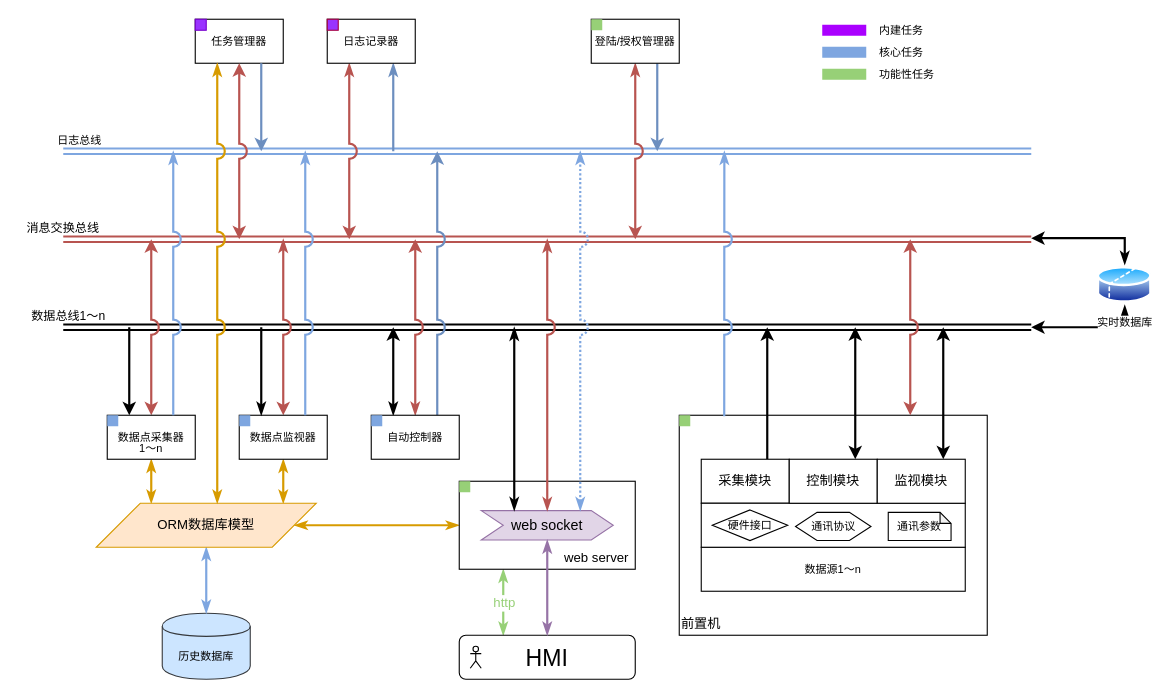
Before: page "SCADA总览" (2 of 5) of 未命名绘图.drawio in bedreamer/draw.io, a draw.io diagram. Source tidied: cells renumbered, new cells numbered last; positions are measured from the earlier drawing's top-left corner, leaving out a move shared by most shapes. Both pictures are drawn from the tidied source at 110%, with x=0, y=0 at pixel (19, 19).
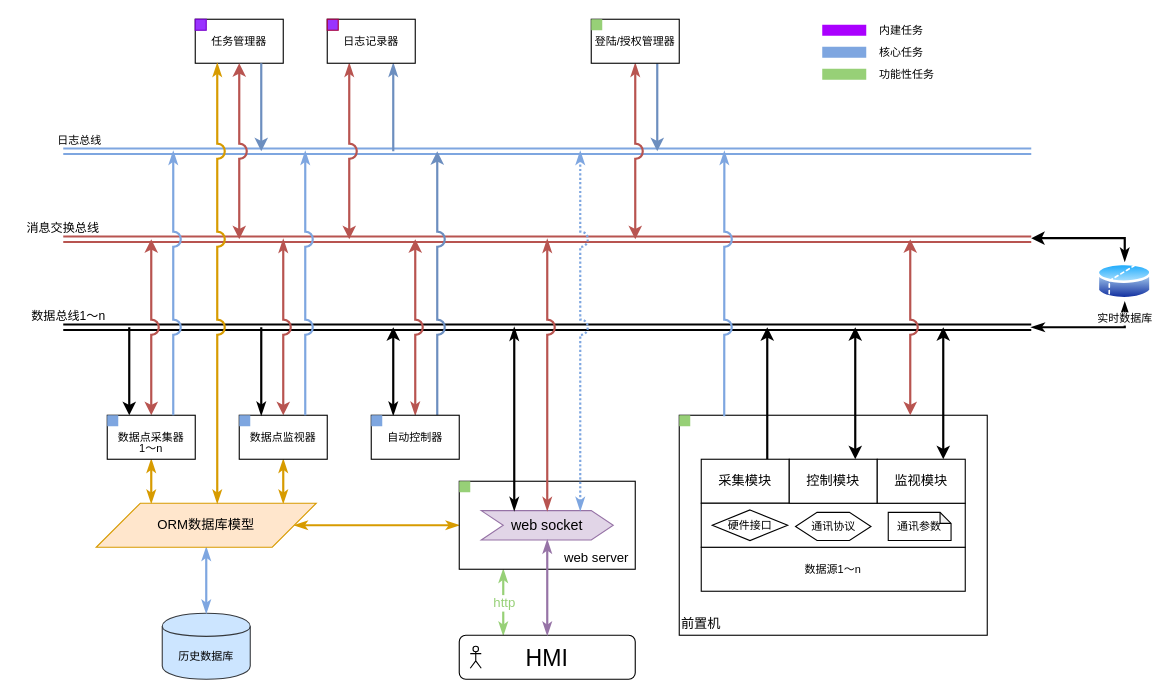
The same diagram, later.

Diff of the diagram source:
```diff
@@
-    <mxCell id="79" style="edgeStyle=orthogonalEdgeStyle;rounded=0;jumpStyle=arc;jumpSize=12;jettySize=auto;html=1;exitX=0.5;exitY=1;exitDx=0;exitDy=0;startArrow=classicThin;startFill=1;strokeWidth=2;fontSize=10;" parent="1" edge="1" source="81">
+    <mxCell id="79" style="edgeStyle=orthogonalEdgeStyle;rounded=0;jumpStyle=arc;jumpSize=12;jettySize=auto;html=1;exitX=0.5;exitY=1;exitDx=0;exitDy=0;startArrow=openThin;startFill=0;strokeWidth=2;fontSize=10;endArrow=classicThin;endFill=1;" parent="1" edge="1" source="81">
       <mxGeometry relative="1" as="geometry">
         <mxPoint x="920" y="280" as="targetPoint" />
         <Array as="points">
           <mxPoint x="1005" y="280" />
         </Array>
       </mxGeometry>
     </mxCell>
@@
     <mxCell id="81" value="实时数据库" style="perimeter=ellipsePerimeter;html=1;align=center;shadow=0;dashed=0;spacingTop=3;image;image=img/lib/active_directory/database_partition_2.svg;strokeColor=#000000;fontSize=10;" parent="1" vertex="1">
-      <mxGeometry x="980" y="223" width="50" height="37" as="geometry" />
+      <mxGeometry x="980" y="220" width="50" height="37" as="geometry" />
     </mxCell>
```
